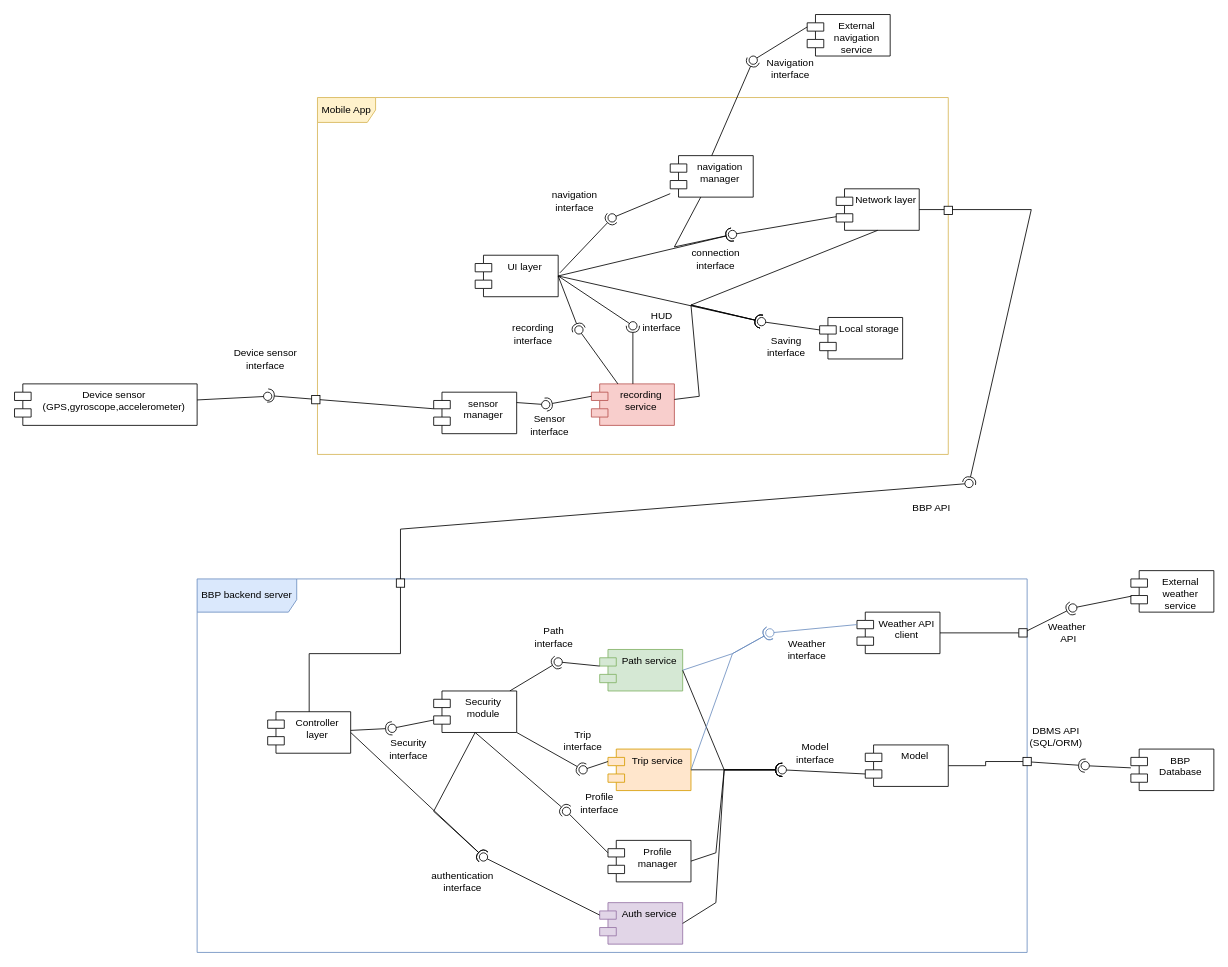
Before: page "Complete_low_level_diagram" (3 of 7) of DD/LaTeXCode/images/drawio/Component_diagram.drawio in jacopobellosi/Bellosi-Montanelli-Tempobono, a draw.io diagram. Source tidied: cells renumbered, new cells numbered last; positions are measured from the earlier drawing's top-left corner, leaving out a move shared by most shapes. Both pictures are drawn from the tidied source at 83%, with x=0, y=0 at pixel (14, 14).
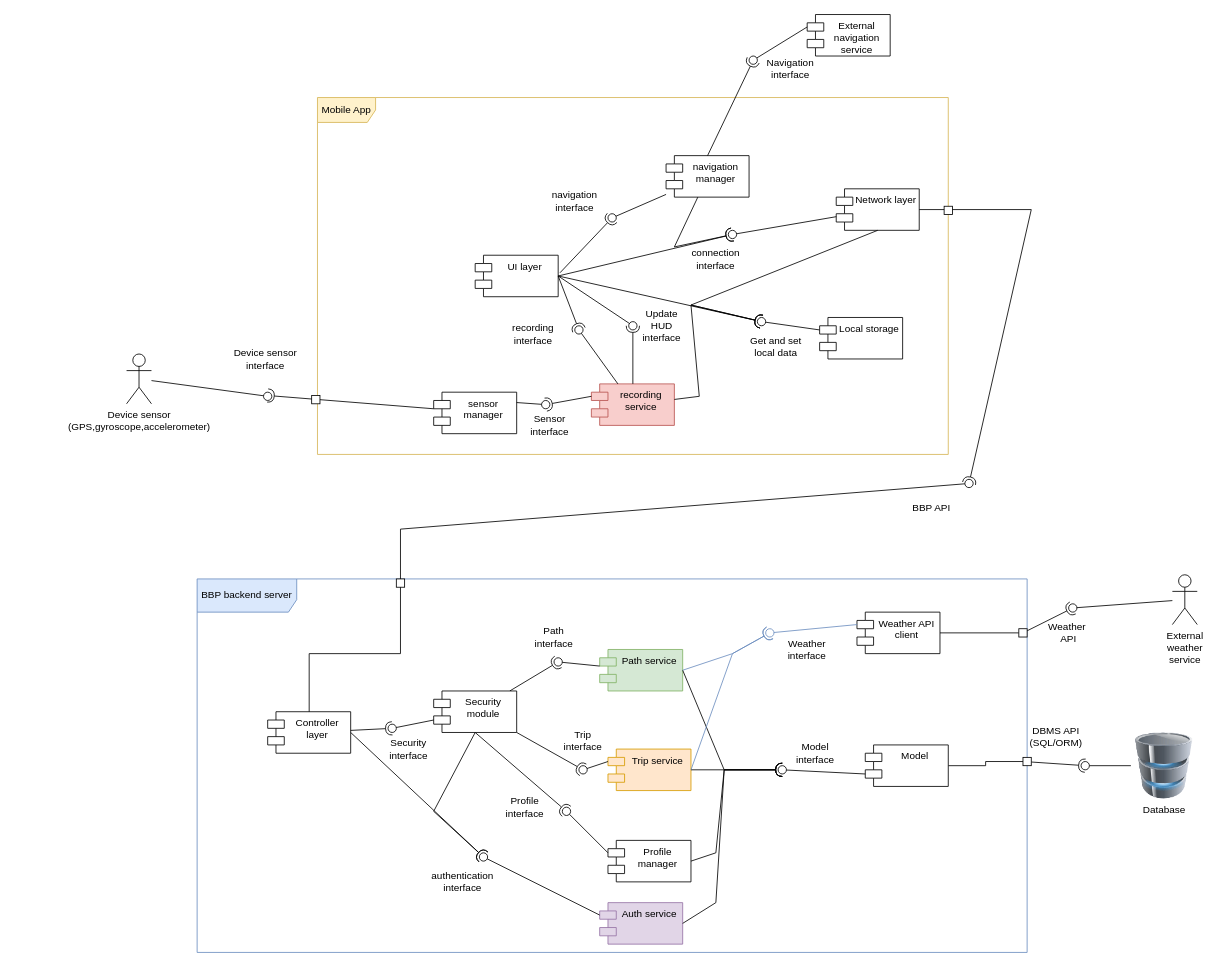
After the change.

The change refers to these unchanged cells:
```xml
<mxCell id="13" style="ellipse;whiteSpace=wrap;html=1;align=center;fillColor=none;strokeColor=none;perimeter=centerPerimeter;points=[];outlineConnect=1;" parent="1" vertex="1">
  <mxGeometry x="1285" y="900" width="10" height="10" as="geometry" />
</mxCell>
<mxCell id="16" style="ellipse;whiteSpace=wrap;html=1;align=center;fillColor=none;strokeColor=none;perimeter=centerPerimeter;points=[];outlineConnect=1;" parent="1" vertex="1">
  <mxGeometry x="1270" y="710" width="10" height="10" as="geometry" />
</mxCell>
```

Change to the diagram source:
```diff
@@
-    <mxCell id="3" value="BBP Database" style="shape=module;align=left;spacingLeft=20;align=center;verticalAlign=top;whiteSpace=wrap;html=1;" parent="1" vertex="1">
-      <mxGeometry x="1345" y="885" width="100" height="50" as="geometry" />
-    </mxCell>
@@
-    <mxCell id="5" value="Device sensor&lt;br&gt;(GPS,gyroscope,accelerometer)" style="shape=module;align=left;spacingLeft=20;align=center;verticalAlign=top;whiteSpace=wrap;html=1;" parent="1" vertex="1">
-      <mxGeometry y="445" width="220" height="50" as="geometry" />
-    </mxCell>
-    <mxCell id="6" value="External weather service" style="shape=module;align=left;spacingLeft=20;align=center;verticalAlign=top;whiteSpace=wrap;html=1;" parent="1" vertex="1">
-      <mxGeometry x="1345" y="670" width="100" height="50" as="geometry" />
-    </mxCell>
@@
-    <mxCell id="12" style="rounded=0;jettySize=auto;html=1;endArrow=oval;endFill=0;sketch=0;sourcePerimeterSpacing=0;targetPerimeterSpacing=0;endSize=10;" parent="1" edge="1" source="3" target="13">
+    <mxCell id="12" style="rounded=0;jettySize=auto;html=1;endArrow=oval;endFill=0;sketch=0;sourcePerimeterSpacing=0;targetPerimeterSpacing=0;endSize=10;" parent="1" edge="1" source="127" target="13">
       <mxGeometry relative="1" as="geometry" />
     </mxCell>
@@
-    <mxCell id="15" style="rounded=0;jettySize=auto;html=1;endArrow=oval;endFill=0;sketch=0;sourcePerimeterSpacing=0;targetPerimeterSpacing=0;endSize=10;exitX=0.005;exitY=0.616;exitDx=0;exitDy=0;exitPerimeter=0;" parent="1" edge="1" source="6" target="16">
+    <mxCell id="15" style="rounded=0;jettySize=auto;html=1;endArrow=oval;endFill=0;sketch=0;sourcePerimeterSpacing=0;targetPerimeterSpacing=0;endSize=10;" parent="1" edge="1" source="6" target="16">
       <mxGeometry relative="1" as="geometry" />
     </mxCell>
@@
     <mxCell id="66" value="navigation&lt;br&gt;manager" style="shape=module;align=left;spacingLeft=20;align=center;verticalAlign=top;whiteSpace=wrap;html=1;" parent="1" vertex="1">
-      <mxGeometry x="790" y="170" width="100" height="50" as="geometry" />
+      <mxGeometry x="785" y="170" width="100" height="50" as="geometry" />
     </mxCell>
@@
-    <mxCell id="110" value="Saving&lt;br&gt;interface" style="text;html=1;whiteSpace=wrap;strokeColor=none;fillColor=none;align=center;verticalAlign=middle;rounded=0;" parent="1" vertex="1">
-      <mxGeometry x="900" y="385" width="60" height="30" as="geometry" />
+    <mxCell id="110" value="Get and set local data" style="text;html=1;whiteSpace=wrap;strokeColor=none;fillColor=none;align=center;verticalAlign=middle;rounded=0;" parent="1" vertex="1">
+      <mxGeometry x="875" y="385" width="85" height="30" as="geometry" />
     </mxCell>
@@
     <mxCell id="113" value="Profile&lt;br&gt;interface" style="text;html=1;whiteSpace=wrap;strokeColor=none;fillColor=none;align=center;verticalAlign=middle;rounded=0;" parent="1" vertex="1">
-      <mxGeometry x="675" y="935" width="60" height="30" as="geometry" />
+      <mxGeometry x="585" y="940" width="60" height="30" as="geometry" />
     </mxCell>
@@
-    <mxCell id="126" value="HUD&lt;br&gt;interface" style="text;html=1;whiteSpace=wrap;strokeColor=none;fillColor=none;align=center;verticalAlign=middle;rounded=0;" parent="1" vertex="1">
-      <mxGeometry x="750" y="355" width="60" height="30" as="geometry" />
+    <mxCell id="126" value="Update&lt;br&gt;HUD&lt;br&gt;interface" style="text;html=1;whiteSpace=wrap;strokeColor=none;fillColor=none;align=center;verticalAlign=middle;rounded=0;" parent="1" vertex="1">
+      <mxGeometry x="750" y="360" width="60" height="30" as="geometry" />
     </mxCell>
+    <mxCell id="5" value="&lt;span style=&quot;text-wrap-mode: wrap;&quot;&gt;Device sensor&lt;/span&gt;&lt;br style=&quot;text-wrap-mode: wrap;&quot;&gt;&lt;span style=&quot;text-wrap-mode: wrap;&quot;&gt;(GPS,gyroscope,accelerometer)&lt;/span&gt;" style="shape=umlActor;verticalLabelPosition=bottom;verticalAlign=top;html=1;outlineConnect=0;" parent="1" vertex="1">
+      <mxGeometry x="135" y="409" width="30" height="60" as="geometry" />
+    </mxCell>
+    <mxCell id="127" value="Database" style="image;html=1;image=img/lib/clip_art/computers/Database_128x128.png;" parent="1" vertex="1">
+      <mxGeometry x="1345" y="865" width="80" height="80" as="geometry" />
+    </mxCell>
+    <mxCell id="6" value="&lt;span style=&quot;text-wrap-mode: wrap;&quot;&gt;External weather service&lt;/span&gt;" style="shape=umlActor;verticalLabelPosition=bottom;verticalAlign=top;html=1;outlineConnect=0;" parent="1" vertex="1">
+      <mxGeometry x="1395" y="675" width="30" height="60" as="geometry" />
+    </mxCell>
```
